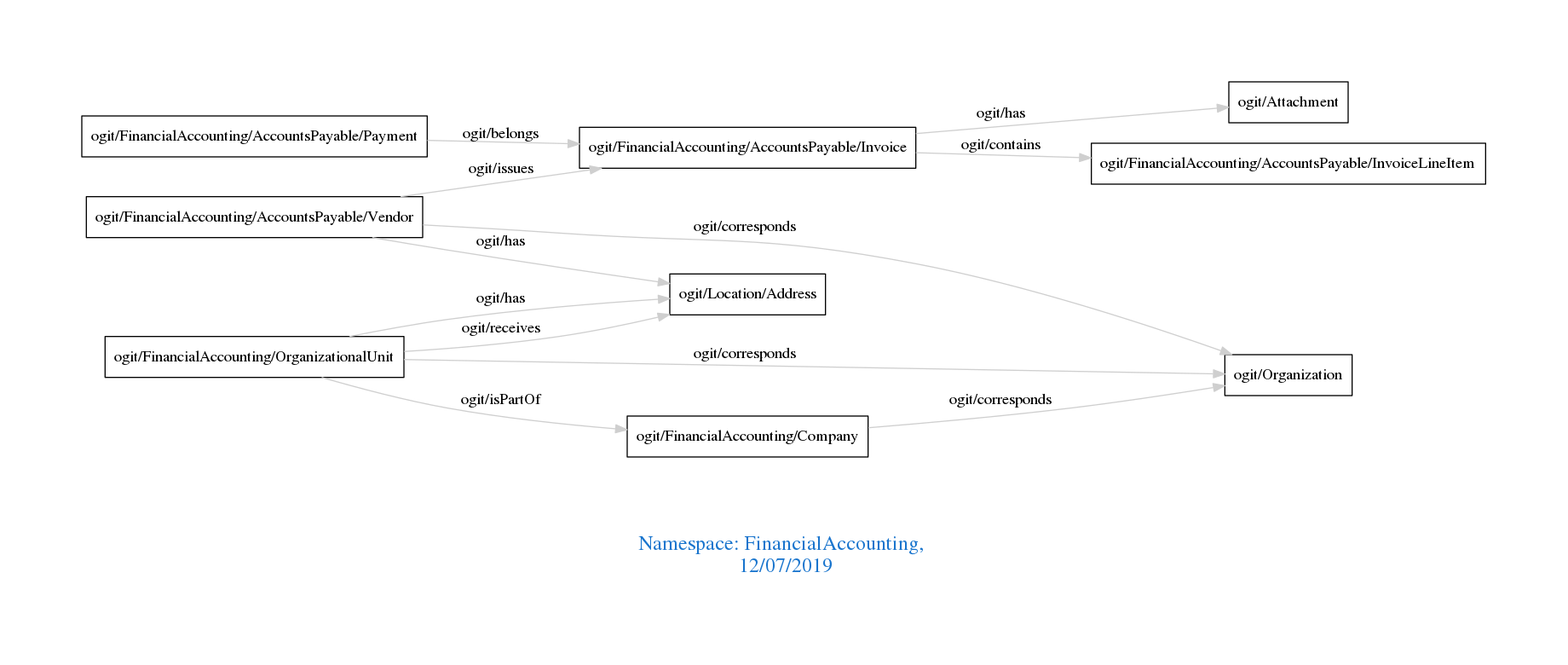
The Graphviz diagram downloads/FinancialAccounting.png in arago/OGIT, before a commit. Its source is kept beside it as downloads/FinancialAccounting.dot.
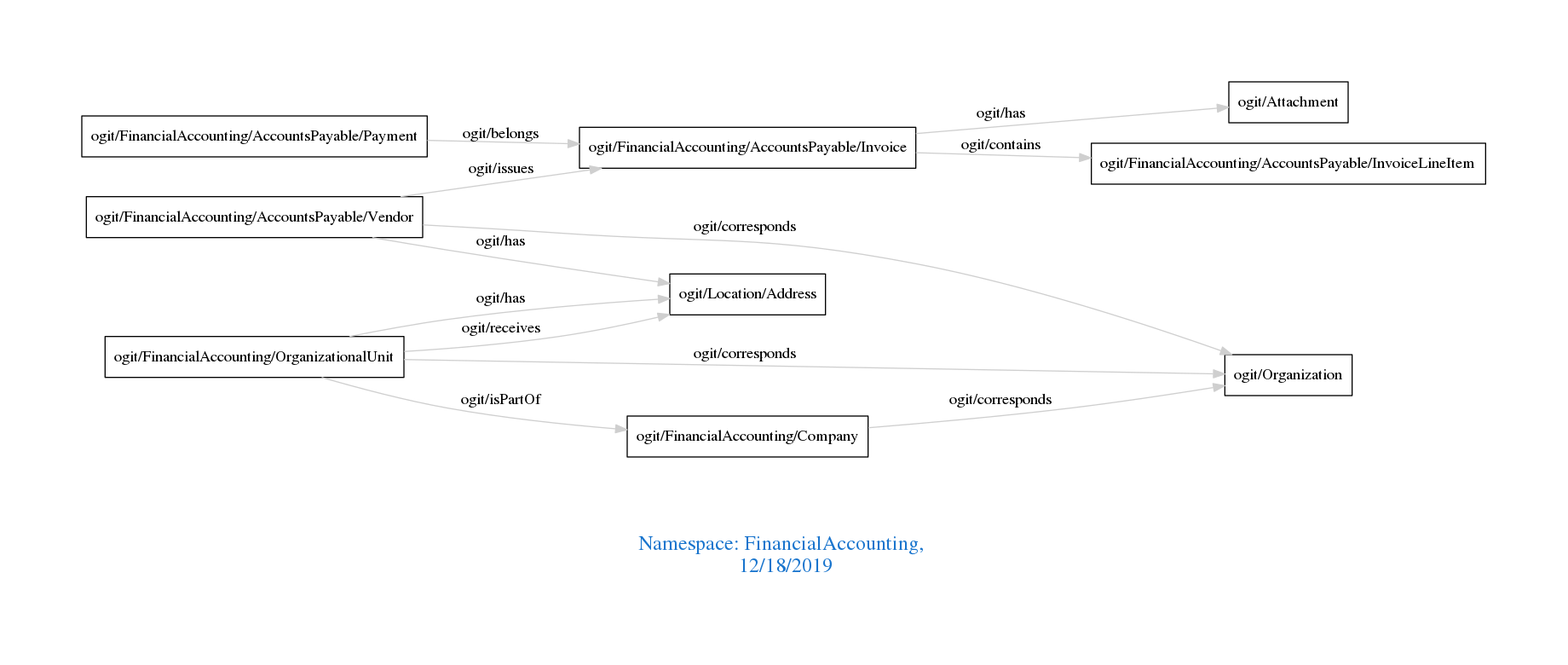
The same file after the commit.

The edit, as a diff of the source:
```diff
@@ -1,7 +1,7 @@
 digraph OGIT_ontology {
  graph [ rankdir= LR,pad=1
 fontsize = 18,
-fontcolor= dodgerblue3,label = "\n\n\nNamespace: FinancialAccounting, \n 12/07/2019"];
+fontcolor= dodgerblue3,label = "\n\n\nNamespace: FinancialAccounting, \n 12/18/2019"];
 node[shape=polygon];
 edge [  color="gray81"];
 
```
